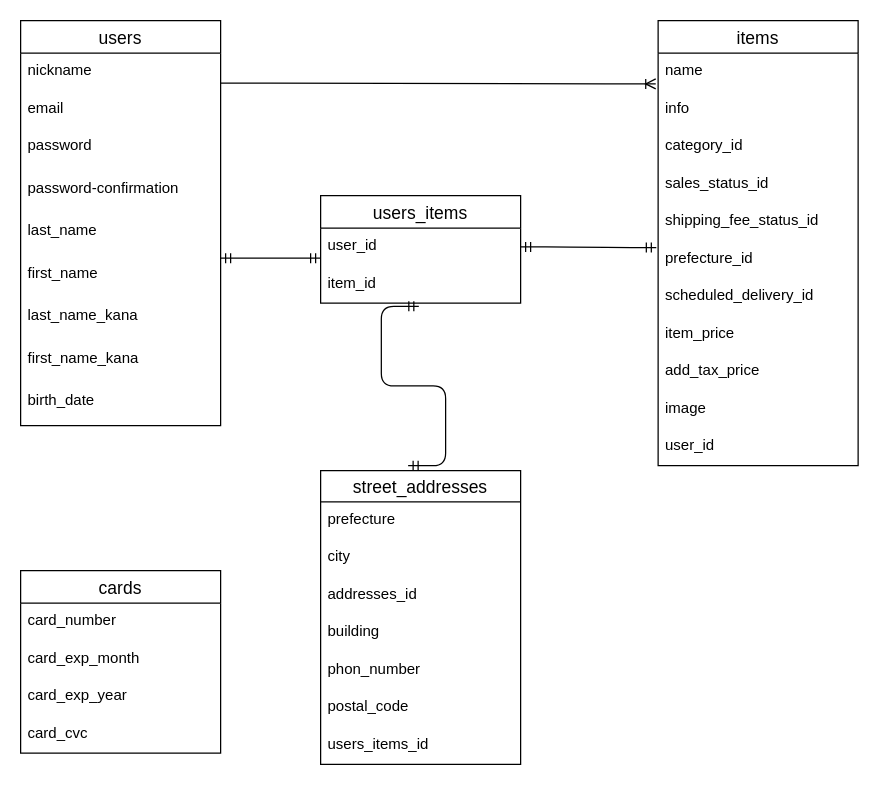
Earlier version of the draw.io diagram er.dio (takehiyuu/furima-34019). Source tidied: cells renumbered, new cells numbered last; positions are measured from the earlier drawing's top-left corner, leaving out a move shared by most shapes. Both pictures are drawn from the tidied source at 125%, with x=0, y=0 at pixel (20, 20).
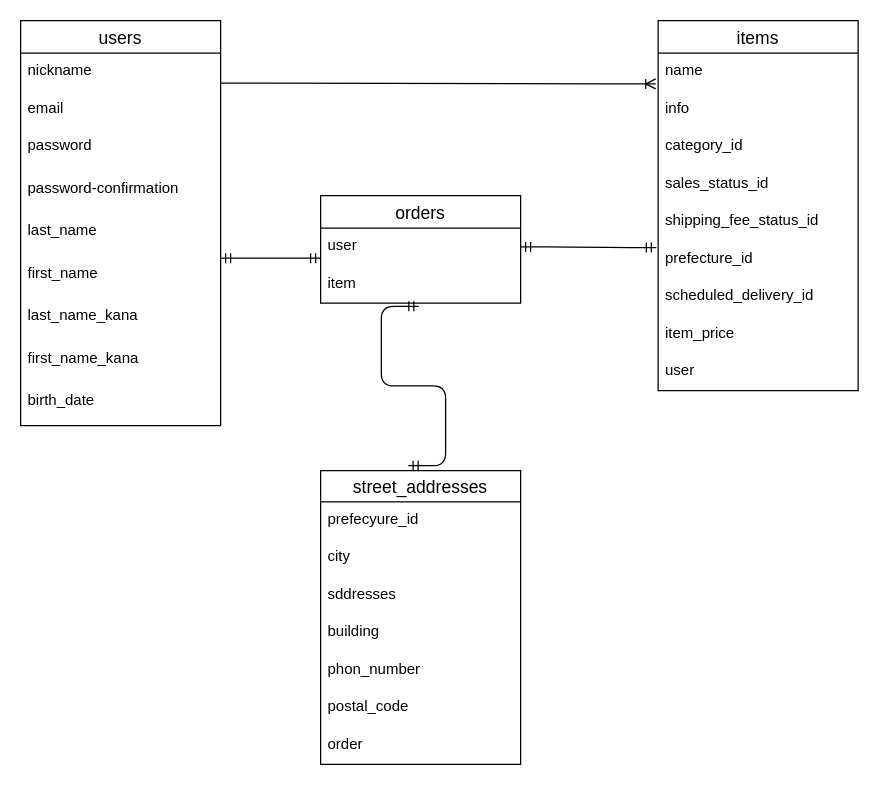
Above is the later version.

Unchanged cells that the change refers to:
```xml
<mxCell id="27" value="street_addresses" style="swimlane;fontStyle=0;horizontal=1;startSize=25;align=center;fontSize=14;" parent="1" vertex="1">
  <mxGeometry x="240" y="360" width="160" height="235" as="geometry" />
</mxCell>
```

Diff of the diagram source:
```diff
@@
     <mxCell id="12" value="items" style="swimlane;fontStyle=0;horizontal=1;startSize=26;align=center;fontSize=14;" parent="1" vertex="1">
-      <mxGeometry x="510" width="160" height="356" as="geometry" />
+      <mxGeometry x="510" width="160" height="296" as="geometry" />
     </mxCell>
@@
-    <mxCell id="21" value="add_tax_price" style="text;strokeColor=none;fillColor=none;spacingLeft=4;spacingRight=4;overflow=hidden;fontSize=12;" parent="12" vertex="1">
-      <mxGeometry y="266" width="160" height="30" as="geometry" />
-    </mxCell>
-    <mxCell id="22" value="image" style="text;strokeColor=none;fillColor=none;spacingLeft=4;spacingRight=4;overflow=hidden;fontSize=12;" parent="12" vertex="1">
-      <mxGeometry y="296" width="160" height="30" as="geometry" />
-    </mxCell>
-    <mxCell id="23" value="user_id" style="text;strokeColor=none;fillColor=none;spacingLeft=4;spacingRight=4;overflow=hidden;fontSize=12;" parent="12" vertex="1">
-      <mxGeometry y="326" width="160" height="30" as="geometry" />
+    <mxCell id="23" value="user" style="text;strokeColor=none;fillColor=none;spacingLeft=4;spacingRight=4;overflow=hidden;fontSize=12;" parent="12" vertex="1">
+      <mxGeometry y="266" width="160" height="30" as="geometry" />
     </mxCell>
-    <mxCell id="24" value="users_items" style="swimlane;fontStyle=0;horizontal=1;startSize=26;align=center;fontSize=14;" parent="1" vertex="1">
+    <mxCell id="24" value="orders" style="swimlane;fontStyle=0;horizontal=1;startSize=26;align=center;fontSize=14;" parent="1" vertex="1">
       <mxGeometry x="240" y="140" width="160" height="86" as="geometry" />
     </mxCell>
-    <mxCell id="25" value="user_id" style="text;strokeColor=none;fillColor=none;spacingLeft=4;spacingRight=4;overflow=hidden;points=[[0,0.5],[1,0.5]];portConstraint=eastwest;fontSize=12;" parent="24" vertex="1">
+    <mxCell id="25" value="user" style="text;strokeColor=none;fillColor=none;spacingLeft=4;spacingRight=4;overflow=hidden;points=[[0,0.5],[1,0.5]];portConstraint=eastwest;fontSize=12;" parent="24" vertex="1">
       <mxGeometry y="26" width="160" height="30" as="geometry" />
     </mxCell>
-    <mxCell id="26" value="item_id" style="text;strokeColor=none;fillColor=none;spacingLeft=4;spacingRight=4;overflow=hidden;points=[[0,0.5],[1,0.5]];portConstraint=eastwest;fontSize=12;" parent="24" vertex="1">
+    <mxCell id="26" value="item" style="text;strokeColor=none;fillColor=none;spacingLeft=4;spacingRight=4;overflow=hidden;points=[[0,0.5],[1,0.5]];portConstraint=eastwest;fontSize=12;" parent="24" vertex="1">
       <mxGeometry y="56" width="160" height="30" as="geometry" />
     </mxCell>
@@
-    <mxCell id="28" value="prefecture" style="text;strokeColor=none;fillColor=none;spacingLeft=4;spacingRight=4;overflow=hidden;fontSize=12;" parent="27" vertex="1">
+    <mxCell id="28" value="prefecyure_id" style="text;strokeColor=none;fillColor=none;spacingLeft=4;spacingRight=4;overflow=hidden;fontSize=12;" parent="27" vertex="1">
       <mxGeometry y="25" width="160" height="30" as="geometry" />
     </mxCell>
@@
-    <mxCell id="30" value="addresses_id" style="text;strokeColor=none;fillColor=none;spacingLeft=4;spacingRight=4;overflow=hidden;fontSize=12;" parent="27" vertex="1">
+    <mxCell id="30" value="sddresses" style="text;strokeColor=none;fillColor=none;spacingLeft=4;spacingRight=4;overflow=hidden;fontSize=12;" parent="27" vertex="1">
       <mxGeometry y="85" width="160" height="30" as="geometry" />
     </mxCell>
@@
-    <mxCell id="34" value="users_items_id" style="text;strokeColor=none;fillColor=none;spacingLeft=4;spacingRight=4;overflow=hidden;fontSize=12;" parent="27" vertex="1">
+    <mxCell id="34" value="order" style="text;strokeColor=none;fillColor=none;spacingLeft=4;spacingRight=4;overflow=hidden;fontSize=12;" parent="27" vertex="1">
       <mxGeometry y="205" width="160" height="30" as="geometry" />
     </mxCell>
@@
-    <mxCell id="38" value="cards" style="swimlane;fontStyle=0;horizontal=1;startSize=26;align=center;fontSize=14;" parent="1" vertex="1">
-      <mxGeometry y="440" width="160" height="146" as="geometry" />
-    </mxCell>
-    <mxCell id="39" value="card_number" style="text;strokeColor=none;fillColor=none;spacingLeft=4;spacingRight=4;overflow=hidden;fontSize=12;" parent="38" vertex="1">
-      <mxGeometry y="26" width="160" height="30" as="geometry" />
-    </mxCell>
-    <mxCell id="40" value="card_exp_month" style="text;strokeColor=none;fillColor=none;spacingLeft=4;spacingRight=4;overflow=hidden;fontSize=12;" parent="38" vertex="1">
-      <mxGeometry y="56" width="160" height="30" as="geometry" />
-    </mxCell>
-    <mxCell id="41" value="card_exp_year" style="text;strokeColor=none;fillColor=none;spacingLeft=4;spacingRight=4;overflow=hidden;fontSize=12;" parent="38" vertex="1">
-      <mxGeometry y="86" width="160" height="30" as="geometry" />
-    </mxCell>
-    <mxCell id="42" value="card_cvc" style="text;strokeColor=none;fillColor=none;spacingLeft=4;spacingRight=4;overflow=hidden;fontSize=12;" parent="38" vertex="1">
-      <mxGeometry y="116" width="160" height="30" as="geometry" />
-    </mxCell>
```
